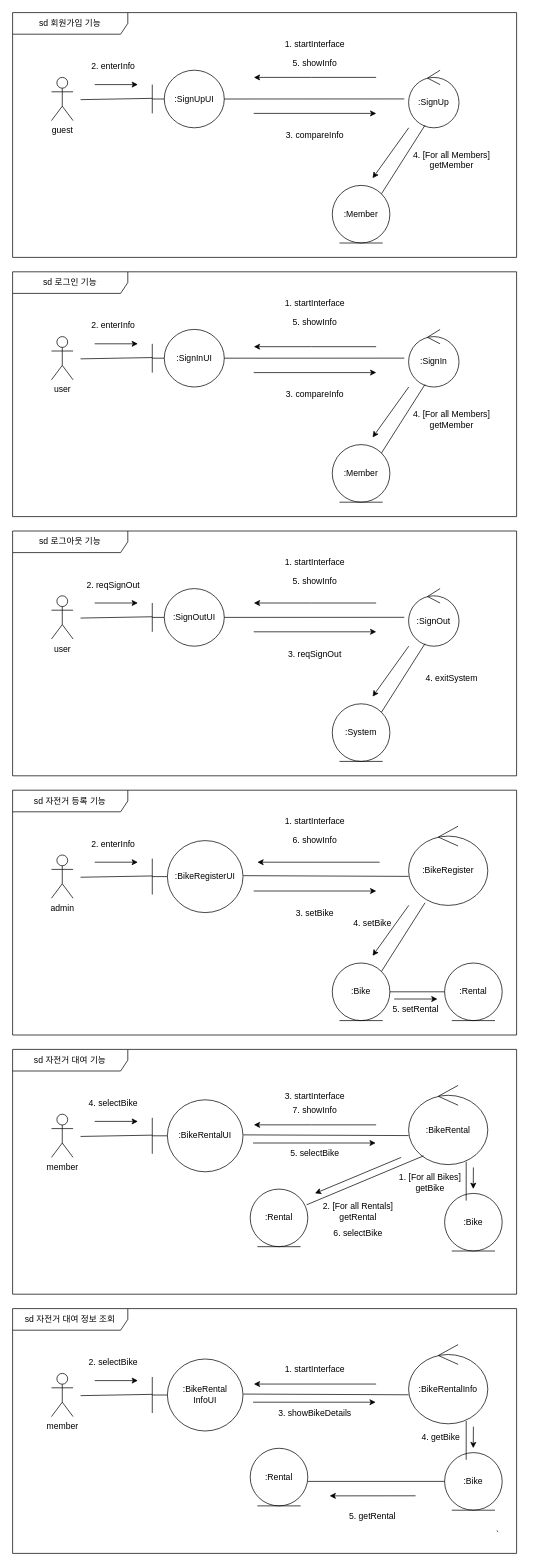
Above: communication diagram.drawio in joon9912/SoftwareEngineeringHW2 (draw.io), before the change. Source tidied: cells renumbered, new cells numbered last; positions are measured from the earlier drawing's top-left corner, leaving out a move shared by most shapes. Both pictures are drawn from the tidied source at 72%, with x=0, y=0 at pixel (12, 12).
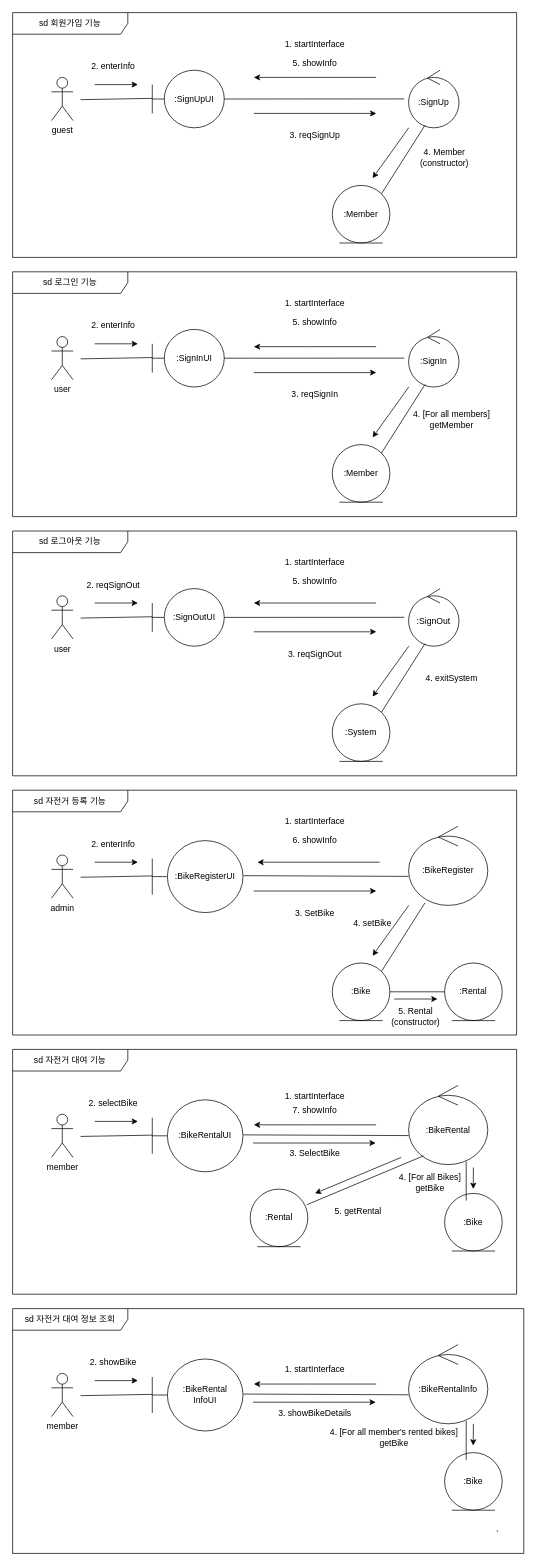
After the change.

Commit message (it also covers changes not shown here):
edit analysis and communication diagram

The change refers to these unchanged cells:
```xml
<mxCell id="2" value="sd 회원가입 기능" style="shape=umlFrame;whiteSpace=wrap;html=1;width=160;" parent="1" vertex="1">
  <mxGeometry width="700" height="340" as="geometry" />
</mxCell>
<mxCell id="19" value="sd 로그인 기능" style="shape=umlFrame;whiteSpace=wrap;html=1;width=160;" parent="1" vertex="1">
  <mxGeometry y="360" width="700" height="340" as="geometry" />
</mxCell>
<mxCell id="53" value="sd 자전거 등록 기능" style="shape=umlFrame;whiteSpace=wrap;html=1;width=160;" parent="1" vertex="1">
  <mxGeometry y="1080" width="700" height="340" as="geometry" />
</mxCell>
<mxCell id="74" value="sd 자전거 대여 기능" style="shape=umlFrame;whiteSpace=wrap;html=1;width=160;" parent="1" vertex="1">
  <mxGeometry y="1440" width="700" height="340" as="geometry" />
</mxCell>
<mxCell id="100" value=":Bike" style="ellipse;shape=umlEntity;whiteSpace=wrap;html=1;" parent="96" vertex="1">
  <mxGeometry x="600" y="200" width="80" height="80" as="geometry" />
</mxCell>
```

Diff of the diagram source:
```diff
@@
-    <mxCell id="15" value="3. compareInfo" style="text;html=1;align=center;verticalAlign=middle;whiteSpace=wrap;rounded=0;" parent="2" vertex="1">
+    <mxCell id="15" value="3. reqSignUp" style="text;html=1;align=center;verticalAlign=middle;whiteSpace=wrap;rounded=0;" parent="2" vertex="1">
       <mxGeometry x="360" y="156" width="120" height="30" as="geometry" />
     </mxCell>
@@
-    <mxCell id="18" value="4. [For all Members] getMember" style="text;html=1;align=center;verticalAlign=middle;whiteSpace=wrap;rounded=0;" parent="2" vertex="1">
-      <mxGeometry x="550" y="190" width="120" height="30" as="geometry" />
+    <mxCell id="18" value="4. Member&lt;div&gt;(constructor)&lt;/div&gt;" style="text;html=1;align=center;verticalAlign=middle;whiteSpace=wrap;rounded=0;" parent="2" vertex="1">
+      <mxGeometry x="540" y="186" width="120" height="30" as="geometry" />
     </mxCell>
@@
-    <mxCell id="32" value="3. compareInfo" style="text;html=1;align=center;verticalAlign=middle;whiteSpace=wrap;rounded=0;" parent="19" vertex="1">
+    <mxCell id="32" value="3. reqSignIn" style="text;html=1;align=center;verticalAlign=middle;whiteSpace=wrap;rounded=0;" parent="19" vertex="1">
       <mxGeometry x="360" y="156" width="120" height="30" as="geometry" />
     </mxCell>
@@
-    <mxCell id="35" value="4. [For all Members] getMember" style="text;html=1;align=center;verticalAlign=middle;whiteSpace=wrap;rounded=0;" parent="19" vertex="1">
+    <mxCell id="35" value="4. [For all members]&lt;div&gt;getMember&lt;/div&gt;" style="text;html=1;align=center;verticalAlign=middle;whiteSpace=wrap;rounded=0;" parent="19" vertex="1">
       <mxGeometry x="550" y="190" width="120" height="30" as="geometry" />
     </mxCell>
@@
-    <mxCell id="66" value="3. setBike" style="text;html=1;align=center;verticalAlign=middle;whiteSpace=wrap;rounded=0;" parent="53" vertex="1">
+    <mxCell id="66" value="3. SetBike" style="text;html=1;align=center;verticalAlign=middle;whiteSpace=wrap;rounded=0;" parent="53" vertex="1">
       <mxGeometry x="360" y="156" width="120" height="30" as="geometry" />
     </mxCell>
@@
-    <mxCell id="73" value="5. setRental" style="text;html=1;align=center;verticalAlign=middle;whiteSpace=wrap;rounded=0;" parent="53" vertex="1">
-      <mxGeometry x="500" y="290" width="120" height="30" as="geometry" />
+    <mxCell id="73" value="5. Rental&lt;div&gt;(constructor)&lt;/div&gt;" style="text;html=1;align=center;verticalAlign=middle;whiteSpace=wrap;rounded=0;" parent="53" vertex="1">
+      <mxGeometry x="500" y="300" width="120" height="30" as="geometry" />
     </mxCell>
@@
-    <mxCell id="85" value="4. selectBike" style="text;html=1;align=center;verticalAlign=middle;whiteSpace=wrap;rounded=0;" parent="74" vertex="1">
+    <mxCell id="85" value="2. selectBike" style="text;html=1;align=center;verticalAlign=middle;whiteSpace=wrap;rounded=0;" parent="74" vertex="1">
       <mxGeometry x="100" y="60" width="80" height="30" as="geometry" />
     </mxCell>
@@
-    <mxCell id="87" value="3. startInterface" style="text;html=1;align=center;verticalAlign=middle;whiteSpace=wrap;rounded=0;" parent="74" vertex="1">
+    <mxCell id="87" value="1. startInterface" style="text;html=1;align=center;verticalAlign=middle;whiteSpace=wrap;rounded=0;" parent="74" vertex="1">
       <mxGeometry x="360" y="50" width="120" height="30" as="geometry" />
     </mxCell>
-    <mxCell id="88" value="5. selectBike" style="text;html=1;align=center;verticalAlign=middle;whiteSpace=wrap;rounded=0;" parent="74" vertex="1">
+    <mxCell id="88" value="3. SelectBike" style="text;html=1;align=center;verticalAlign=middle;whiteSpace=wrap;rounded=0;" parent="74" vertex="1">
       <mxGeometry x="360" y="130" width="120" height="30" as="geometry" />
     </mxCell>
@@
-    <mxCell id="93" value="1. [For all Bikes] getBike" style="text;html=1;align=center;verticalAlign=middle;whiteSpace=wrap;rounded=0;" parent="74" vertex="1">
+    <mxCell id="93" value="4. [For all Bikes] getBike" style="text;html=1;align=center;verticalAlign=middle;whiteSpace=wrap;rounded=0;" parent="74" vertex="1">
       <mxGeometry x="520" y="170" width="120" height="30" as="geometry" />
     </mxCell>
-    <mxCell id="94" value="2. [For all Rentals] getRental" style="text;html=1;align=center;verticalAlign=middle;whiteSpace=wrap;rounded=0;" parent="74" vertex="1">
+    <mxCell id="94" value="5. getRental" style="text;html=1;align=center;verticalAlign=middle;whiteSpace=wrap;rounded=0;" parent="74" vertex="1">
       <mxGeometry x="420" y="210" width="120" height="30" as="geometry" />
     </mxCell>
-    <mxCell id="95" value="6. selectBike" style="text;html=1;align=center;verticalAlign=middle;whiteSpace=wrap;rounded=0;" parent="74" vertex="1">
-      <mxGeometry x="420" y="240" width="120" height="30" as="geometry" />
-    </mxCell>
     <mxCell id="96" value="sd 자전거 대여 정보 조회" style="shape=umlFrame;whiteSpace=wrap;html=1;width=160;" parent="1" vertex="1">
-      <mxGeometry y="1800" width="700" height="340" as="geometry" />
+      <mxGeometry y="1800" width="710" height="340" as="geometry" />
     </mxCell>
@@
-    <mxCell id="106" style="endArrow=classic;html=1;rounded=0;entryX=0.629;entryY=0.765;entryDx=0;entryDy=0;entryPerimeter=0;exitX=0.771;exitY=0.441;exitDx=0;exitDy=0;exitPerimeter=0;" parent="96" edge="1" target="96">
-      <mxGeometry relative="1" as="geometry">
-        <mxPoint x="559.7" y="260" as="sourcePoint" />
-      </mxGeometry>
-    </mxCell>
-    <mxCell id="107" value="2. selectBike" style="text;html=1;align=center;verticalAlign=middle;whiteSpace=wrap;rounded=0;" parent="96" vertex="1">
+    <mxCell id="107" value="2. showBike" style="text;html=1;align=center;verticalAlign=middle;whiteSpace=wrap;rounded=0;" parent="96" vertex="1">
       <mxGeometry x="100" y="60" width="80" height="30" as="geometry" />
     </mxCell>
@@
-    <mxCell id="110" value=":Rental" style="ellipse;shape=umlEntity;whiteSpace=wrap;html=1;" parent="96" vertex="1">
-      <mxGeometry x="330" y="194" width="80" height="80" as="geometry" />
-    </mxCell>
@@
-    <mxCell id="112" style="endArrow=classic;html=1;rounded=0;entryX=0.914;entryY=0.57;entryDx=0;entryDy=0;entryPerimeter=0;exitX=0.871;exitY=0.5;exitDx=0;exitDy=0;exitPerimeter=0;" parent="96" edge="1" target="96">
-      <mxGeometry relative="1" as="geometry">
-        <mxPoint x="640" y="164" as="sourcePoint" />
-      </mxGeometry>
-    </mxCell>
-    <mxCell id="113" value="4. getBike" style="text;html=1;align=center;verticalAlign=middle;whiteSpace=wrap;rounded=0;" parent="96" vertex="1">
-      <mxGeometry x="550" y="164" width="90" height="30" as="geometry" />
+    <mxCell id="113" value="4. [For all member's rented bikes] getBike" style="text;html=1;align=center;verticalAlign=middle;whiteSpace=wrap;rounded=0;" parent="96" vertex="1">
+      <mxGeometry x="430" y="164" width="200" height="30" as="geometry" />
     </mxCell>
-    <mxCell id="114" value="5. getRental" style="text;html=1;align=center;verticalAlign=middle;whiteSpace=wrap;rounded=0;" parent="96" vertex="1">
-      <mxGeometry x="440" y="274" width="120" height="30" as="geometry" />
-    </mxCell>
-    <mxCell id="115" style="endArrow=none;html=1;rounded=0;entryX=0;entryY=0.5;entryDx=0;entryDy=0;" parent="96" edge="1" target="100">
-      <mxGeometry relative="1" as="geometry">
-        <mxPoint x="410" y="240" as="sourcePoint" />
-      </mxGeometry>
-    </mxCell>
@@
+    <mxCell id="119" style="endArrow=classic;html=1;rounded=0;entryX=0.901;entryY=0.559;entryDx=0;entryDy=0;entryPerimeter=0;" parent="96" edge="1" target="96">
+      <mxGeometry relative="1" as="geometry">
+        <mxPoint x="640" y="160" as="sourcePoint" />
+      </mxGeometry>
+    </mxCell>
```
